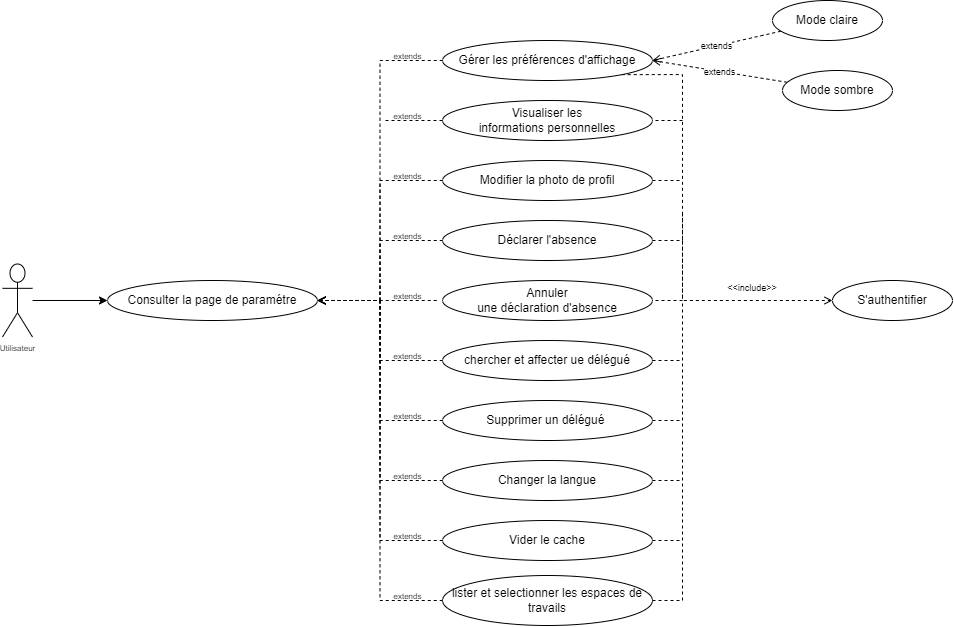
This is images_pfe/use_case_sprint_6.png from PFE-Neoledge-2023/rapport, a draw.io export, as it was before one commit. Source tidied: cells renumbered, new cells last; positions are measured from the earlier drawing's top-left corner, leaving out a move shared by most shapes.
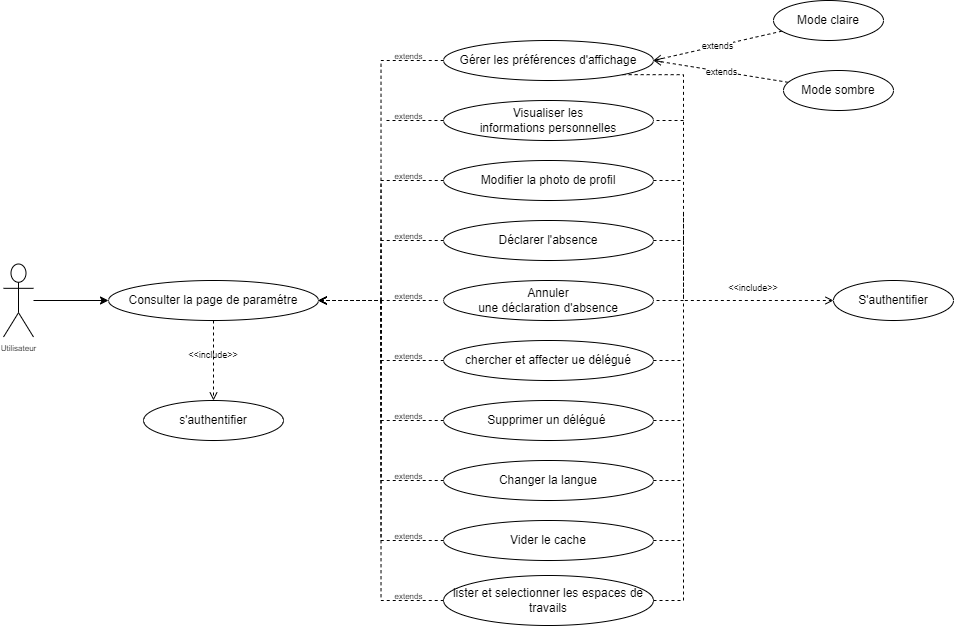
Later version of the same file.

Change to the diagram source:
```diff
@@ -213,5 +213,16 @@
     <mxCell id="50" value="Utilisateur" style="shape=umlActor;verticalLabelPosition=bottom;verticalAlign=top;html=1;fontSize=8;" parent="1" vertex="1">
       <mxGeometry y="263.5" width="30" height="73" as="geometry" />
     </mxCell>
+    <mxCell id="51" style="edgeStyle=none;html=1;entryX=0.5;entryY=0;entryDx=0;entryDy=0;dashed=1;endArrow=open;endFill=0;" parent="1" edge="1" target="52">
+      <mxGeometry relative="1" as="geometry">
+        <mxPoint x="210" y="320" as="sourcePoint" />
+      </mxGeometry>
+    </mxCell>
+    <mxCell id="52" value="s'authentifier" style="ellipse;whiteSpace=wrap;html=1;" parent="1" vertex="1">
+      <mxGeometry x="140" y="400" width="140" height="40" as="geometry" />
+    </mxCell>
+    <mxCell id="53" value="&amp;lt;&amp;lt;include&amp;gt;&amp;gt;" style="text;html=1;strokeColor=none;fillColor=none;align=center;verticalAlign=middle;whiteSpace=wrap;rounded=0;fontSize=9;" parent="1" vertex="1">
+      <mxGeometry x="180" y="340" width="60" height="30" as="geometry" />
+    </mxCell>
   </root>
 </mxGraphModel>
```
